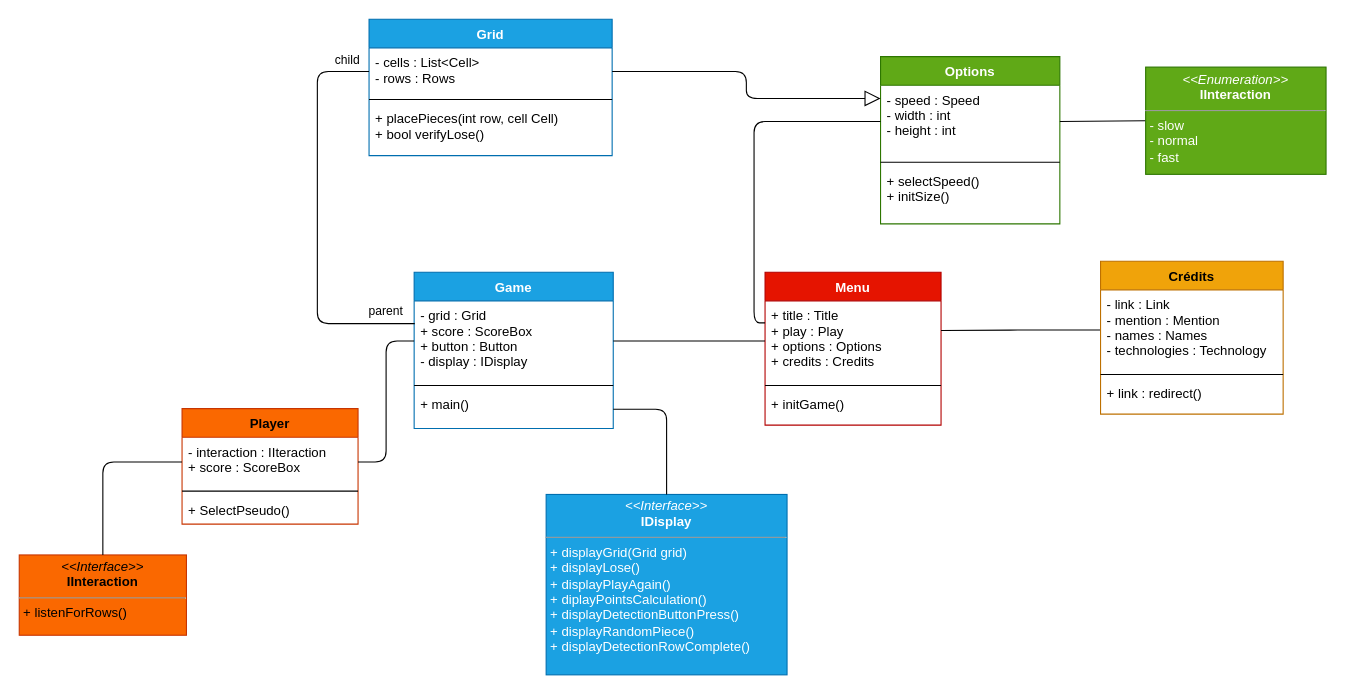
This is Tetris Diagram.drawio from Flodagnas/Tetris, a draw.io file, before an edit. Source tidied: cells renumbered, new cells numbered last; positions are measured from the earlier drawing's top-left corner, leaving out a move shared by most shapes. Both pictures are drawn from the tidied source at 110%, with x=0, y=0 at pixel (19, 19).
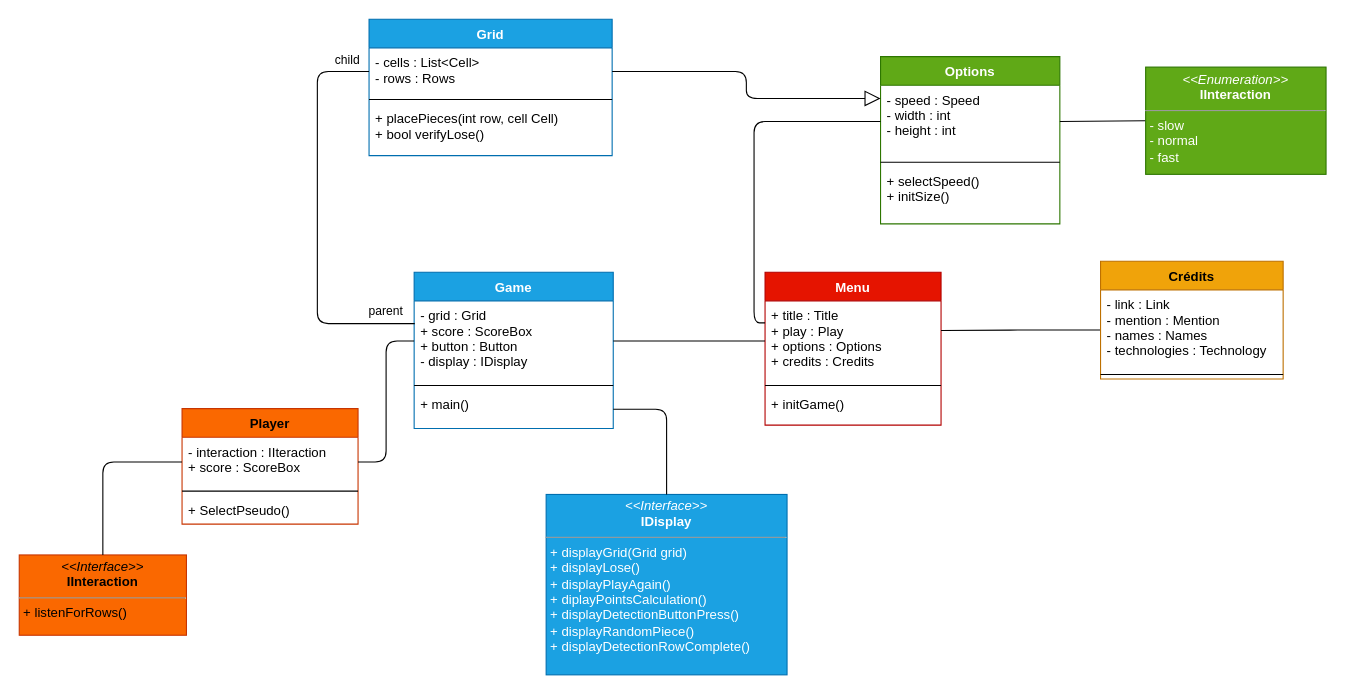
After the change.

Diff of the diagram source:
```diff
@@
     <mxCell id="29" value="Crédits" style="swimlane;fontStyle=1;align=center;verticalAlign=top;horizontal=1;startSize=26;fontSize=12;fillColor=#f0a30a;strokeColor=#BD7000;fontColor=#000000;" parent="1" vertex="1">
-      <mxGeometry x="983" y="220" width="166" height="139" as="geometry" />
+      <mxGeometry x="983" y="220" width="166" height="107" as="geometry" />
     </mxCell>
@@
-    <mxCell id="32" value="+ link : redirect()" style="text;strokeColor=none;fillColor=none;align=left;verticalAlign=top;spacingLeft=4;spacingRight=4;overflow=hidden;fontSize=12;" parent="29" vertex="1">
-      <mxGeometry y="107" width="166" height="32" as="geometry" />
-    </mxCell>
```
